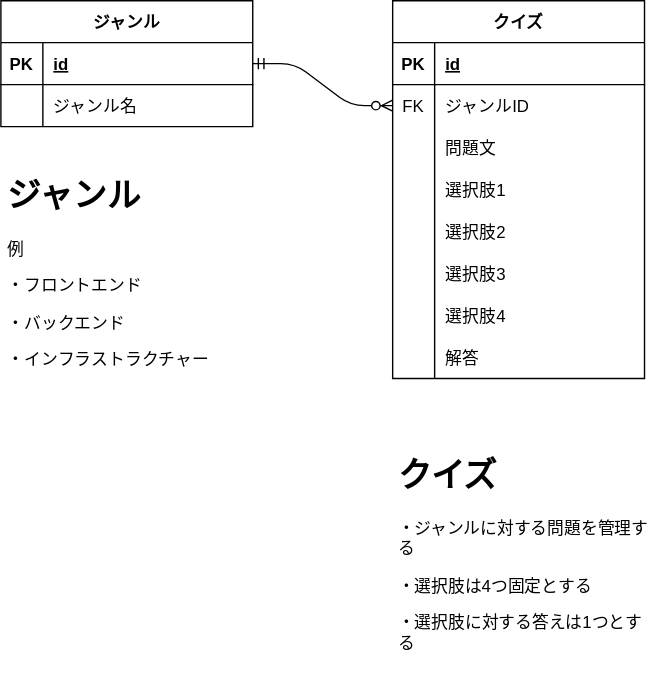
Earlier version of the draw.io export 002-develop/web-developer-training-design/ER_web-developer-training.drawio.svg (sekine555/web-developer-training). Source tidied: cells renumbered, new cells last; positions are measured from the earlier drawing's top-left corner, leaving out a move shared by most shapes.
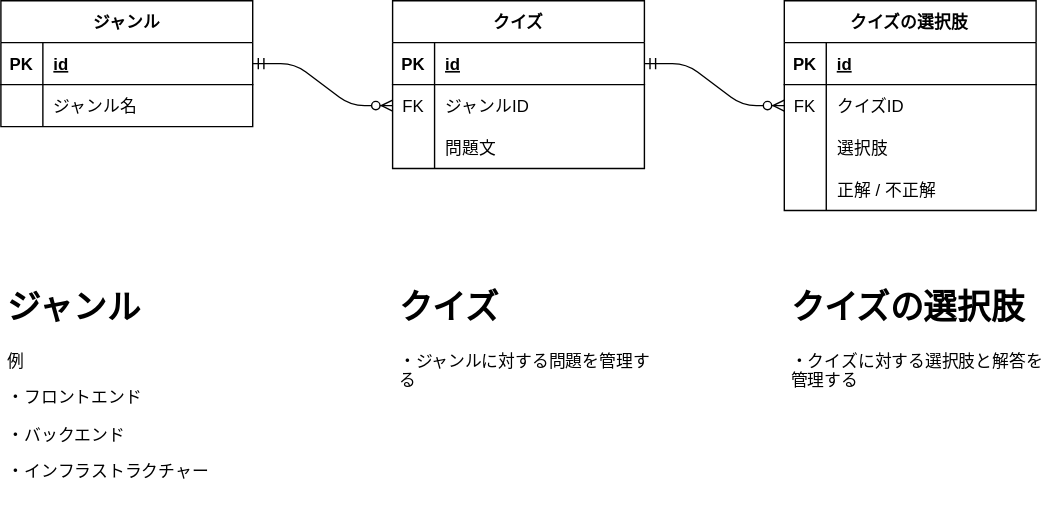
The same file after the commit.

Diff of the diagram source:
```diff
@@ -24,7 +24,7 @@
       <mxGeometry x="30" width="150" height="30" as="geometry" />
     </mxCell>
     <mxCell id="9" value="クイズ" style="shape=table;startSize=30;rowLines=0;fontStyle=1;align=center;" parent="1" vertex="1">
-      <mxGeometry x="280" width="180" height="270" as="geometry" />
+      <mxGeometry x="280" width="180" height="120" as="geometry" />
     </mxCell>
     <mxCell id="10" style="shape=tableRow;horizontal=0;startSize=0;swimlaneHead=0;swimlaneBody=0;fillColor=none;points=[[0,0.5],[1,0.5]];portConstraint=eastwest;top=0;left=0;right=0;bottom=1;" parent="9" vertex="1">
       <mxGeometry y="30" width="180" height="30" as="geometry" />
@@ -53,59 +53,59 @@
     <mxCell id="18" value="問題文" style="shape=partialRectangle;fillColor=none;top=0;left=0;bottom=0;right=0;align=left;spacingLeft=6;overflow=hidden;" parent="16" vertex="1">
       <mxGeometry x="30" width="150" height="30" as="geometry" />
     </mxCell>
-    <mxCell id="19" style="shape=tableRow;horizontal=0;startSize=0;swimlaneHead=0;swimlaneBody=0;fillColor=none;top=0;left=0;right=0;bottom=0;" parent="9" vertex="1">
-      <mxGeometry y="120" width="180" height="30" as="geometry" />
-    </mxCell>
-    <mxCell id="20" style="shape=partialRectangle;fillColor=none;top=0;left=0;bottom=0;right=0;overflow=hidden;" parent="19" vertex="1">
-      <mxGeometry width="30" height="30" as="geometry" />
-    </mxCell>
-    <mxCell id="21" value="選択肢1" style="shape=partialRectangle;fillColor=none;top=0;left=0;bottom=0;right=0;align=left;spacingLeft=6;overflow=hidden;" parent="19" vertex="1">
-      <mxGeometry x="30" width="150" height="30" as="geometry" />
-    </mxCell>
-    <mxCell id="22" style="shape=tableRow;horizontal=0;startSize=0;swimlaneHead=0;swimlaneBody=0;fillColor=none;top=0;left=0;right=0;bottom=0;" parent="9" vertex="1">
-      <mxGeometry y="150" width="180" height="30" as="geometry" />
-    </mxCell>
-    <mxCell id="23" style="shape=partialRectangle;fillColor=none;top=0;left=0;bottom=0;right=0;overflow=hidden;" parent="22" vertex="1">
-      <mxGeometry width="30" height="30" as="geometry" />
-    </mxCell>
-    <mxCell id="24" value="選択肢2" style="shape=partialRectangle;fillColor=none;top=0;left=0;bottom=0;right=0;align=left;spacingLeft=6;overflow=hidden;" parent="22" vertex="1">
-      <mxGeometry x="30" width="150" height="30" as="geometry" />
-    </mxCell>
-    <mxCell id="25" style="shape=tableRow;horizontal=0;startSize=0;swimlaneHead=0;swimlaneBody=0;fillColor=none;top=0;left=0;right=0;bottom=0;" parent="9" vertex="1">
-      <mxGeometry y="180" width="180" height="30" as="geometry" />
-    </mxCell>
-    <mxCell id="26" style="shape=partialRectangle;fillColor=none;top=0;left=0;bottom=0;right=0;overflow=hidden;" parent="25" vertex="1">
-      <mxGeometry width="30" height="30" as="geometry" />
-    </mxCell>
-    <mxCell id="27" value="選択肢3" style="shape=partialRectangle;fillColor=none;top=0;left=0;bottom=0;right=0;align=left;spacingLeft=6;overflow=hidden;" parent="25" vertex="1">
-      <mxGeometry x="30" width="150" height="30" as="geometry" />
-    </mxCell>
-    <mxCell id="28" style="shape=tableRow;horizontal=0;startSize=0;swimlaneHead=0;swimlaneBody=0;fillColor=none;top=0;left=0;right=0;bottom=0;" parent="9" vertex="1">
-      <mxGeometry y="210" width="180" height="30" as="geometry" />
-    </mxCell>
-    <mxCell id="29" style="shape=partialRectangle;fillColor=none;top=0;left=0;bottom=0;right=0;overflow=hidden;" parent="28" vertex="1">
-      <mxGeometry width="30" height="30" as="geometry" />
-    </mxCell>
-    <mxCell id="30" value="選択肢4" style="shape=partialRectangle;fillColor=none;top=0;left=0;bottom=0;right=0;align=left;spacingLeft=6;overflow=hidden;" parent="28" vertex="1">
-      <mxGeometry x="30" width="150" height="30" as="geometry" />
-    </mxCell>
-    <mxCell id="31" style="shape=tableRow;horizontal=0;startSize=0;swimlaneHead=0;swimlaneBody=0;fillColor=none;top=0;left=0;right=0;bottom=0;" parent="9" vertex="1">
-      <mxGeometry y="240" width="180" height="30" as="geometry" />
-    </mxCell>
-    <mxCell id="32" style="shape=partialRectangle;fillColor=none;top=0;left=0;bottom=0;right=0;overflow=hidden;" parent="31" vertex="1">
-      <mxGeometry width="30" height="30" as="geometry" />
-    </mxCell>
-    <mxCell id="33" value="解答" style="shape=partialRectangle;fillColor=none;top=0;left=0;bottom=0;right=0;align=left;spacingLeft=6;overflow=hidden;" parent="31" vertex="1">
-      <mxGeometry x="30" width="150" height="30" as="geometry" />
-    </mxCell>
     <mxCell id="34" style="edgeStyle=entityRelationEdgeStyle;fontSize=12;html=1;endArrow=ERzeroToMany;startArrow=ERmandOne;exitX=1;exitY=0.5;exitDx=0;exitDy=0;entryX=0;entryY=0.5;entryDx=0;entryDy=0;" parent="1" edge="1" source="3" target="13">
       <mxGeometry relative="1" as="geometry" />
     </mxCell>
     <mxCell id="35" value="&lt;h1&gt;ジャンル&lt;/h1&gt;&lt;p&gt;例&lt;/p&gt;&lt;p&gt;・フロントエンド&lt;/p&gt;&lt;p&gt;・バックエンド&lt;/p&gt;&lt;p&gt;・インフラストラクチャー&lt;/p&gt;" style="text;html=1;strokeColor=none;fillColor=none;spacing=5;spacingTop=-20;whiteSpace=wrap;overflow=hidden;rounded=0;" parent="1" vertex="1">
-      <mxGeometry y="120" width="190" height="170" as="geometry" />
+      <mxGeometry y="200" width="190" height="170" as="geometry" />
     </mxCell>
-    <mxCell id="36" value="&lt;h1&gt;クイズ&lt;/h1&gt;&lt;p&gt;・ジャンルに対する問題を管理する&lt;/p&gt;&lt;p&gt;・選択肢は4つ固定とする&lt;/p&gt;&lt;p&gt;・選択肢に対する答えは1つとする&lt;/p&gt;" style="text;html=1;strokeColor=none;fillColor=none;spacing=5;spacingTop=-20;whiteSpace=wrap;overflow=hidden;rounded=0;" parent="1" vertex="1">
-      <mxGeometry x="279" y="320" width="190" height="170" as="geometry" />
+    <mxCell id="36" value="&lt;h1&gt;クイズ&lt;/h1&gt;&lt;p&gt;・ジャンルに対する問題を管理する&lt;/p&gt;" style="text;html=1;strokeColor=none;fillColor=none;spacing=5;spacingTop=-20;whiteSpace=wrap;overflow=hidden;rounded=0;" parent="1" vertex="1">
+      <mxGeometry x="280" y="200" width="190" height="120" as="geometry" />
     </mxCell>
+    <mxCell id="37" value="クイズの選択肢" style="shape=table;startSize=30;rowLines=0;fontStyle=1;align=center;" parent="1" vertex="1">
+      <mxGeometry x="560" width="180" height="150" as="geometry" />
+    </mxCell>
+    <mxCell id="38" style="shape=tableRow;horizontal=0;startSize=0;swimlaneHead=0;swimlaneBody=0;fillColor=none;top=0;left=0;right=0;bottom=1;" parent="37" vertex="1">
+      <mxGeometry y="30" width="180" height="30" as="geometry" />
+    </mxCell>
+    <mxCell id="39" value="PK" style="shape=partialRectangle;fillColor=none;top=0;left=0;bottom=0;right=0;fontStyle=1;overflow=hidden;" parent="38" vertex="1">
+      <mxGeometry width="30" height="30" as="geometry" />
+    </mxCell>
+    <mxCell id="40" value="id" style="shape=partialRectangle;fillColor=none;top=0;left=0;bottom=0;right=0;align=left;spacingLeft=6;fontStyle=5;overflow=hidden;" parent="38" vertex="1">
+      <mxGeometry x="30" width="150" height="30" as="geometry" />
+    </mxCell>
+    <mxCell id="41" style="shape=tableRow;horizontal=0;startSize=0;swimlaneHead=0;swimlaneBody=0;fillColor=none;points=[[0,0.5],[1,0.5]];portConstraint=eastwest;top=0;left=0;right=0;bottom=0;" parent="37" vertex="1">
+      <mxGeometry y="60" width="180" height="30" as="geometry" />
+    </mxCell>
+    <mxCell id="42" value="FK" style="shape=partialRectangle;fillColor=none;top=0;left=0;bottom=0;right=0;overflow=hidden;" parent="41" vertex="1">
+      <mxGeometry width="30" height="30" as="geometry" />
+    </mxCell>
+    <mxCell id="43" value="クイズID" style="shape=partialRectangle;fillColor=none;top=0;left=0;bottom=0;right=0;align=left;spacingLeft=6;overflow=hidden;" parent="41" vertex="1">
+      <mxGeometry x="30" width="150" height="30" as="geometry" />
+    </mxCell>
+    <mxCell id="44" style="shape=tableRow;horizontal=0;startSize=0;swimlaneHead=0;swimlaneBody=0;fillColor=none;top=0;left=0;right=0;bottom=0;" parent="37" vertex="1">
+      <mxGeometry y="90" width="180" height="30" as="geometry" />
+    </mxCell>
+    <mxCell id="45" style="shape=partialRectangle;fillColor=none;top=0;left=0;bottom=0;right=0;overflow=hidden;" parent="44" vertex="1">
+      <mxGeometry width="30" height="30" as="geometry" />
+    </mxCell>
+    <mxCell id="46" value="選択肢" style="shape=partialRectangle;fillColor=none;top=0;left=0;bottom=0;right=0;align=left;spacingLeft=6;overflow=hidden;" parent="44" vertex="1">
+      <mxGeometry x="30" width="150" height="30" as="geometry" />
+    </mxCell>
+    <mxCell id="19" style="shape=tableRow;horizontal=0;startSize=0;swimlaneHead=0;swimlaneBody=0;fillColor=none;top=0;left=0;right=0;bottom=0;" parent="37" vertex="1">
+      <mxGeometry y="120" width="180" height="30" as="geometry" />
+    </mxCell>
+    <mxCell id="47" style="shape=partialRectangle;fillColor=none;top=0;left=0;bottom=0;right=0;overflow=hidden;" parent="19" vertex="1">
+      <mxGeometry width="30" height="30" as="geometry" />
+    </mxCell>
+    <mxCell id="48" value="正解 / 不正解" style="shape=partialRectangle;fillColor=none;top=0;left=0;bottom=0;right=0;align=left;spacingLeft=6;overflow=hidden;" parent="19" vertex="1">
+      <mxGeometry x="30" width="150" height="30" as="geometry" />
+    </mxCell>
+    <mxCell id="49" style="edgeStyle=entityRelationEdgeStyle;fontSize=12;html=1;endArrow=ERzeroToMany;startArrow=ERmandOne;exitX=1;exitY=0.5;exitDx=0;exitDy=0;entryX=0;entryY=0.5;entryDx=0;entryDy=0;" parent="1" edge="1" source="10" target="41">
+      <mxGeometry relative="1" as="geometry" />
+    </mxCell>
+    <mxCell id="50" value="&lt;h1&gt;クイズの選択肢&lt;/h1&gt;&lt;p&gt;・クイズに対する選択肢と解答を管理する&lt;/p&gt;" style="text;html=1;strokeColor=none;fillColor=none;spacing=5;spacingTop=-20;whiteSpace=wrap;overflow=hidden;rounded=0;" parent="1" vertex="1">
+      <mxGeometry x="560" y="200" width="190" height="120" as="geometry" />
+    </mxCell>
   </root>
 </mxGraphModel>
```
